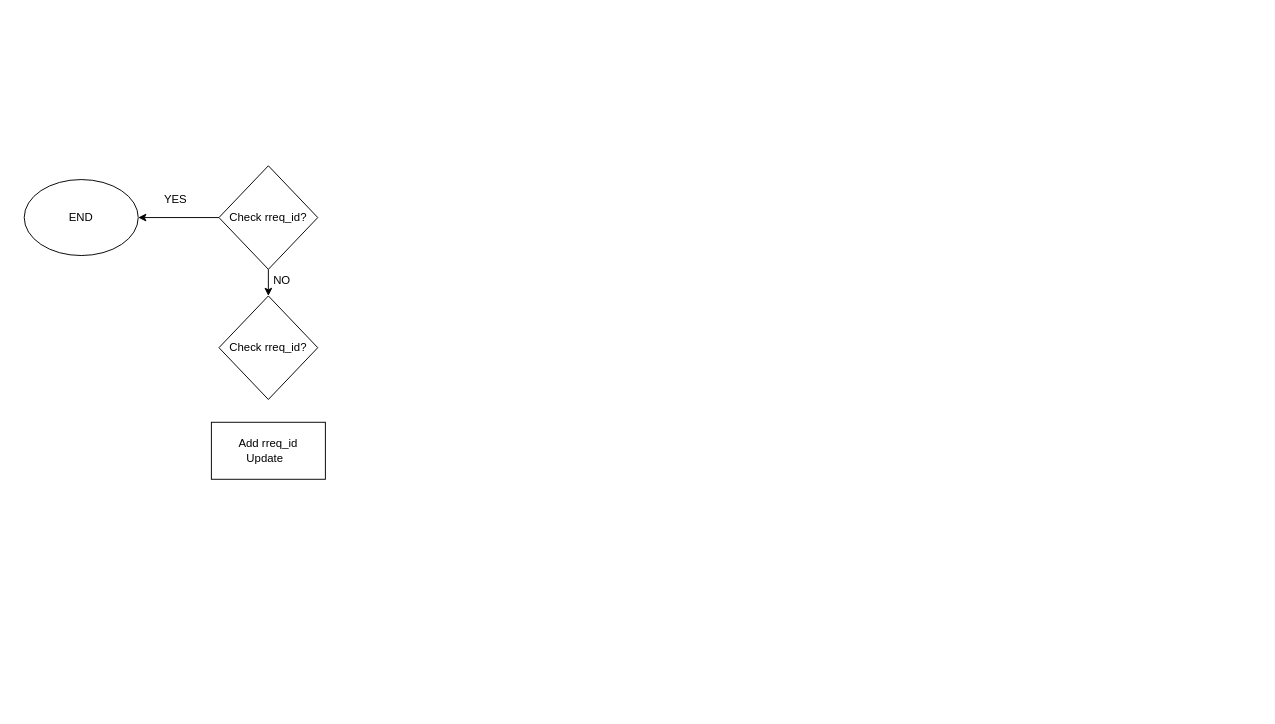
Earlier version of the draw.io diagram received_packet_handler.drawio (pvdat12/mesh_lora). Source tidied: cells renumbered, new cells numbered last; positions are measured from the earlier drawing's top-left corner, leaving out a move shared by most shapes. Both pictures are drawn from the tidied source at 95%, with x=0, y=0 at pixel (24, 165).
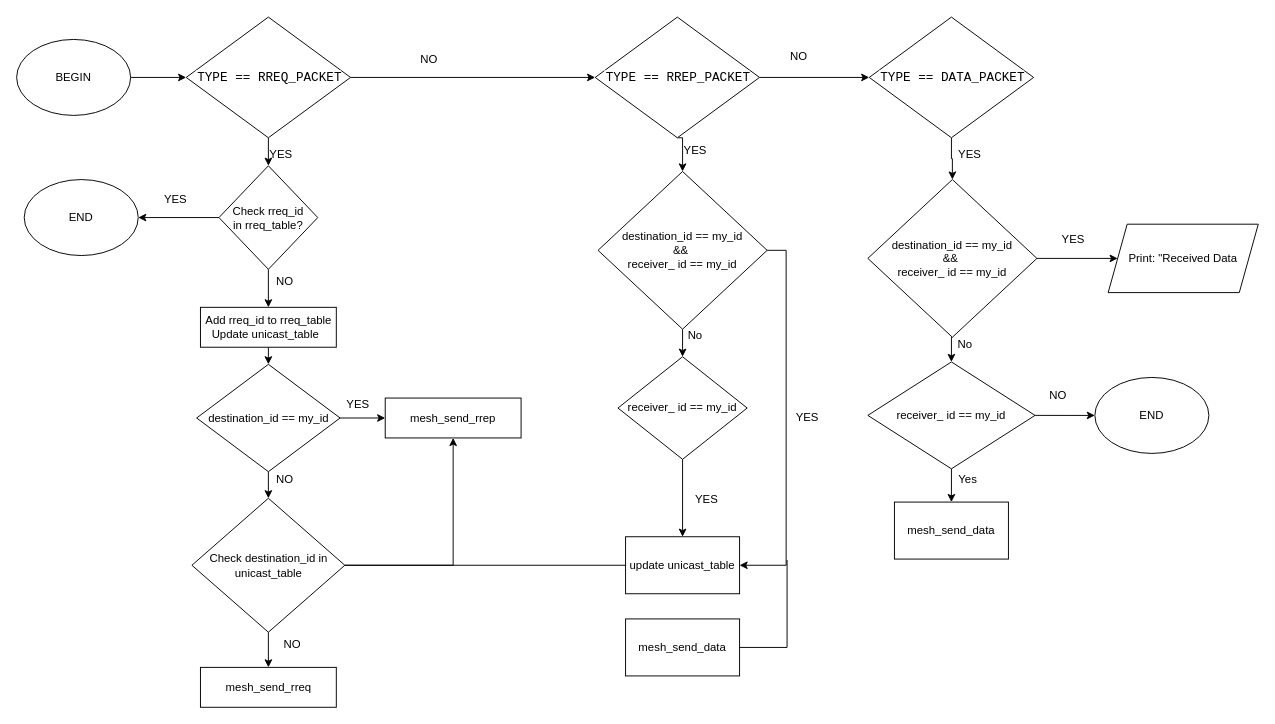
Above is the later version.

Commit message:
Cập nhật received_packet_handler.drawio

Change to the diagram source:
```diff
@@
-    <mxCell id="3" style="edgeStyle=orthogonalEdgeStyle;rounded=0;jettySize=auto;html=1;exitX=0.5;exitY=1;exitDx=0;exitDy=0;entryX=0.5;entryY=0;entryDx=0;entryDy=0;" parent="1" edge="1" source="4" target="5">
+    <mxCell id="3" style="edgeStyle=orthogonalEdgeStyle;rounded=0;jettySize=auto;html=1;exitX=0.5;exitY=1;exitDx=0;exitDy=0;entryX=0.5;entryY=0;entryDx=0;entryDy=0;" parent="1" edge="1" source="4" target="9">
       <mxGeometry relative="1" as="geometry" />
     </mxCell>
-    <mxCell id="4" value="Check rreq_id?" style="rhombus;whiteSpace=wrap;html=1;" parent="1" vertex="1">
+    <mxCell id="4" value="Check rreq_id&lt;div&gt;in rreq_table?&lt;/div&gt;" style="rhombus;whiteSpace=wrap;html=1;" parent="1" vertex="1">
       <mxGeometry x="205" width="104" height="109" as="geometry" />
     </mxCell>
-    <mxCell id="5" value="Check rreq_id?" style="rhombus;whiteSpace=wrap;html=1;" parent="1" vertex="1">
-      <mxGeometry x="205" y="137" width="104" height="109" as="geometry" />
-    </mxCell>
@@
     <mxCell id="8" value="NO" style="text;html=1;align=center;verticalAlign=middle;strokeColor=none;fillColor=none;" parent="1" vertex="1">
-      <mxGeometry x="253" y="108" width="36" height="26" as="geometry" />
+      <mxGeometry x="256" y="109" width="36" height="26" as="geometry" />
     </mxCell>
+    <mxCell id="10" style="edgeStyle=orthogonalEdgeStyle;rounded=0;jettySize=auto;html=1;exitX=0.5;exitY=1;exitDx=0;exitDy=0;entryX=0.5;entryY=0;entryDx=0;entryDy=0;" parent="1" edge="1" source="9" target="17">
+      <mxGeometry relative="1" as="geometry" />
+    </mxCell>
-    <mxCell id="9" value="Add rreq_id&lt;br&gt;Update&amp;nbsp;&amp;nbsp;" style="rounded=0;whiteSpace=wrap;html=1;" parent="1" vertex="1">
-      <mxGeometry x="197" y="270" width="120" height="60" as="geometry" />
+    <mxCell id="9" value="Add rreq_id to rreq_table&lt;br&gt;Update unicast_table&amp;nbsp;&amp;nbsp;" style="rounded=0;whiteSpace=wrap;html=1;" parent="1" vertex="1">
+      <mxGeometry x="185.5" y="149" width="143" height="42" as="geometry" />
     </mxCell>
+    <mxCell id="11" style="edgeStyle=orthogonalEdgeStyle;rounded=0;jettySize=auto;html=1;entryX=0.5;entryY=1;entryDx=0;entryDy=0;" parent="1" edge="1" source="13" target="18">
+      <mxGeometry relative="1" as="geometry" />
+    </mxCell>
+    <mxCell id="12" style="edgeStyle=orthogonalEdgeStyle;rounded=0;jettySize=auto;html=1;exitX=0.5;exitY=1;exitDx=0;exitDy=0;entryX=0.5;entryY=0;entryDx=0;entryDy=0;" parent="1" edge="1" source="13" target="22">
+      <mxGeometry relative="1" as="geometry" />
+    </mxCell>
+    <mxCell id="13" value="Check destination_id in unicast_table" style="rhombus;whiteSpace=wrap;html=1;" parent="1" vertex="1">
+      <mxGeometry x="176.5" y="350" width="161" height="141" as="geometry" />
+    </mxCell>
+    <mxCell id="14" style="edgeStyle=orthogonalEdgeStyle;rounded=0;jettySize=auto;html=1;exitX=1;exitY=0.5;exitDx=0;exitDy=0;" parent="1" edge="1" source="17">
+      <mxGeometry relative="1" as="geometry">
+        <mxPoint x="332.7" y="265.5" as="targetPoint" />
+      </mxGeometry>
+    </mxCell>
+    <mxCell id="15" style="edgeStyle=orthogonalEdgeStyle;rounded=0;jettySize=auto;html=1;exitX=1;exitY=0.5;exitDx=0;exitDy=0;entryX=0;entryY=0.5;entryDx=0;entryDy=0;" parent="1" edge="1" source="17" target="18">
+      <mxGeometry relative="1" as="geometry" />
+    </mxCell>
+    <mxCell id="16" style="edgeStyle=orthogonalEdgeStyle;rounded=0;jettySize=auto;html=1;exitX=0.5;exitY=1;exitDx=0;exitDy=0;entryX=0.5;entryY=0;entryDx=0;entryDy=0;" parent="1" edge="1" source="17" target="13">
+      <mxGeometry relative="1" as="geometry" />
+    </mxCell>
+    <mxCell id="17" value="destination_id == my_id" style="rhombus;whiteSpace=wrap;html=1;" parent="1" vertex="1">
+      <mxGeometry x="181.5" y="209" width="151" height="113" as="geometry" />
+    </mxCell>
+    <mxCell id="18" value="mesh_send_rrep" style="rounded=0;whiteSpace=wrap;html=1;" parent="1" vertex="1">
+      <mxGeometry x="380" y="244.5" width="143" height="42" as="geometry" />
+    </mxCell>
+    <mxCell id="19" value="YES" style="text;html=1;align=center;verticalAlign=middle;strokeColor=none;fillColor=none;" parent="1" vertex="1">
+      <mxGeometry x="330" y="238" width="42" height="26" as="geometry" />
+    </mxCell>
+    <mxCell id="20" value="NO" style="text;html=1;align=center;verticalAlign=middle;strokeColor=none;fillColor=none;" parent="1" vertex="1">
+      <mxGeometry x="256" y="317" width="36" height="26" as="geometry" />
+    </mxCell>
+    <mxCell id="21" value="NO" style="text;html=1;align=center;verticalAlign=middle;strokeColor=none;fillColor=none;" parent="1" vertex="1">
+      <mxGeometry x="264" y="491" width="36" height="26" as="geometry" />
+    </mxCell>
+    <mxCell id="22" value="mesh_send_rreq" style="rounded=0;whiteSpace=wrap;html=1;" parent="1" vertex="1">
+      <mxGeometry x="185.5" y="528" width="143" height="42" as="geometry" />
+    </mxCell>
+    <mxCell id="23" style="edgeStyle=orthogonalEdgeStyle;rounded=0;jettySize=auto;html=1;exitX=0.5;exitY=1;exitDx=0;exitDy=0;entryX=0.5;entryY=0;entryDx=0;entryDy=0;" parent="1" edge="1" source="25" target="28">
+      <mxGeometry relative="1" as="geometry" />
+    </mxCell>
+    <mxCell id="24" style="edgeStyle=orthogonalEdgeStyle;rounded=0;jettySize=auto;html=1;exitX=1;exitY=0.5;exitDx=0;exitDy=0;entryX=1;entryY=0.5;entryDx=0;entryDy=0;" parent="1" edge="1" source="25" target="26">
+      <mxGeometry relative="1" as="geometry" />
+    </mxCell>
+    <mxCell id="25" value="destination_id == my_id &lt;br&gt;&amp;amp;&amp;amp;&amp;nbsp;&lt;br&gt;receiver_ id == my_id" style="rhombus;whiteSpace=wrap;html=1;" parent="1" vertex="1">
+      <mxGeometry x="604" y="6" width="178" height="166" as="geometry" />
+    </mxCell>
+    <mxCell id="26" value="update unicast_table" style="rounded=0;whiteSpace=wrap;html=1;" parent="1" vertex="1">
+      <mxGeometry x="633" y="390.5" width="120" height="60" as="geometry" />
+    </mxCell>
+    <mxCell id="27" style="edgeStyle=orthogonalEdgeStyle;rounded=0;jettySize=auto;html=1;exitX=0.5;exitY=1;exitDx=0;exitDy=0;" parent="1" edge="1" source="28" target="26">
+      <mxGeometry relative="1" as="geometry" />
+    </mxCell>
+    <mxCell id="28" value="receiver_ id == my_id" style="rhombus;whiteSpace=wrap;html=1;" parent="1" vertex="1">
+      <mxGeometry x="625" y="201" width="136" height="108" as="geometry" />
+    </mxCell>
+    <mxCell id="29" value="No" style="text;html=1;align=center;verticalAlign=middle;strokeColor=none;fillColor=none;" parent="1" vertex="1">
+      <mxGeometry x="689" y="166" width="33" height="26" as="geometry" />
+    </mxCell>
+    <mxCell id="30" value="YES" style="text;html=1;align=center;verticalAlign=middle;strokeColor=none;fillColor=none;" parent="1" vertex="1">
+      <mxGeometry x="697" y="338" width="42" height="26" as="geometry" />
+    </mxCell>
+    <mxCell id="31" value="YES" style="text;html=1;align=center;verticalAlign=middle;strokeColor=none;fillColor=none;" parent="1" vertex="1">
+      <mxGeometry x="803" y="252" width="42" height="26" as="geometry" />
+    </mxCell>
+    <mxCell id="32" style="edgeStyle=orthogonalEdgeStyle;rounded=0;jettySize=auto;html=1;exitX=0.5;exitY=1;exitDx=0;exitDy=0;entryX=0.5;entryY=0;entryDx=0;entryDy=0;" parent="1" edge="1" source="34" target="37">
+      <mxGeometry relative="1" as="geometry" />
+    </mxCell>
+    <mxCell id="33" style="edgeStyle=orthogonalEdgeStyle;rounded=0;jettySize=auto;html=1;exitX=1;exitY=0.5;exitDx=0;exitDy=0;entryX=0;entryY=0.5;entryDx=0;entryDy=0;" parent="1" edge="1" source="34" target="43">
+      <mxGeometry relative="1" as="geometry" />
+    </mxCell>
+    <mxCell id="34" value="destination_id == my_id &lt;br&gt;&amp;amp;&amp;amp;&amp;nbsp;&lt;br&gt;receiver_ id == my_id" style="rhombus;whiteSpace=wrap;html=1;" parent="1" vertex="1">
+      <mxGeometry x="888" y="14.5" width="178" height="166" as="geometry" />
+    </mxCell>
+    <mxCell id="35" style="edgeStyle=orthogonalEdgeStyle;rounded=0;jettySize=auto;html=1;exitX=0.5;exitY=1;exitDx=0;exitDy=0;entryX=0.5;entryY=0;entryDx=0;entryDy=0;" parent="1" edge="1" source="37" target="44">
+      <mxGeometry relative="1" as="geometry" />
+    </mxCell>
+    <mxCell id="36" style="edgeStyle=orthogonalEdgeStyle;rounded=0;jettySize=auto;html=1;exitX=1;exitY=0.5;exitDx=0;exitDy=0;entryX=0;entryY=0.5;entryDx=0;entryDy=0;" parent="1" edge="1" source="37" target="46">
+      <mxGeometry relative="1" as="geometry" />
+    </mxCell>
+    <mxCell id="37" value="receiver_ id == my_id" style="rhombus;whiteSpace=wrap;html=1;" parent="1" vertex="1">
+      <mxGeometry x="888" y="206.5" width="176" height="112.5" as="geometry" />
+    </mxCell>
+    <mxCell id="38" value="No" style="text;html=1;align=center;verticalAlign=middle;strokeColor=none;fillColor=none;" parent="1" vertex="1">
+      <mxGeometry x="973" y="174.5" width="33" height="26" as="geometry" />
+    </mxCell>
+    <mxCell id="39" value="YES" style="text;html=1;align=center;verticalAlign=middle;strokeColor=none;fillColor=none;" parent="1" vertex="1">
+      <mxGeometry x="1083" y="65" width="42" height="26" as="geometry" />
+    </mxCell>
+    <mxCell id="40" style="endArrow=none;html=1;rounded=0;entryX=0;entryY=0.5;entryDx=0;entryDy=0;exitX=1;exitY=0.5;exitDx=0;exitDy=0;" parent="1" edge="1" source="13" target="26">
+      <mxGeometry relative="1" as="geometry" />
+    </mxCell>
+    <mxCell id="41" value="mesh_send_data" style="rounded=0;whiteSpace=wrap;html=1;" parent="1" vertex="1">
+      <mxGeometry x="633" y="477" width="120" height="60" as="geometry" />
+    </mxCell>
+    <mxCell id="42" style="endArrow=none;html=1;rounded=0;exitX=1;exitY=0.5;exitDx=0;exitDy=0;" parent="1" edge="1" source="41">
+      <mxGeometry relative="1" as="geometry">
+        <mxPoint x="803" y="415" as="targetPoint" />
+        <Array as="points">
+          <mxPoint x="803" y="507" />
+        </Array>
+      </mxGeometry>
+    </mxCell>
+    <mxCell id="43" value="Print: &quot;Received Data" style="shape=parallelogram;perimeter=parallelogramPerimeter;whiteSpace=wrap;html=1;fixedSize=1;" parent="1" vertex="1">
+      <mxGeometry x="1141" y="61.5" width="158" height="72" as="geometry" />
+    </mxCell>
+    <mxCell id="44" value="mesh_send_data" style="rounded=0;whiteSpace=wrap;html=1;" parent="1" vertex="1">
+      <mxGeometry x="916" y="354" width="120" height="60" as="geometry" />
+    </mxCell>
+    <mxCell id="45" value="Yes" style="text;html=1;align=center;verticalAlign=middle;strokeColor=none;fillColor=none;" parent="1" vertex="1">
+      <mxGeometry x="974" y="317" width="38" height="26" as="geometry" />
+    </mxCell>
+    <mxCell id="46" value="END" style="ellipse;whiteSpace=wrap;html=1;" parent="1" vertex="1">
+      <mxGeometry x="1127" y="222.8" width="120" height="80" as="geometry" />
+    </mxCell>
+    <mxCell id="47" value="NO" style="text;html=1;align=center;verticalAlign=middle;strokeColor=none;fillColor=none;" parent="1" vertex="1">
+      <mxGeometry x="1070" y="229" width="36" height="26" as="geometry" />
+    </mxCell>
+    <mxCell id="48" style="edgeStyle=orthogonalEdgeStyle;rounded=0;jettySize=auto;html=1;exitX=1;exitY=0.5;exitDx=0;exitDy=0;entryX=0;entryY=0.5;entryDx=0;entryDy=0;" parent="1" edge="1" source="49" target="52">
+      <mxGeometry relative="1" as="geometry" />
+    </mxCell>
+    <mxCell id="49" value="BEGIN" style="ellipse;whiteSpace=wrap;html=1;" parent="1" vertex="1">
+      <mxGeometry x="-8" y="-133" width="120" height="80" as="geometry" />
+    </mxCell>
+    <mxCell id="50" style="edgeStyle=orthogonalEdgeStyle;rounded=0;jettySize=auto;html=1;exitX=0.5;exitY=1;exitDx=0;exitDy=0;entryX=0.5;entryY=0;entryDx=0;entryDy=0;" parent="1" edge="1" source="52" target="4">
+      <mxGeometry relative="1" as="geometry" />
+    </mxCell>
+    <mxCell id="51" style="edgeStyle=orthogonalEdgeStyle;rounded=0;jettySize=auto;html=1;exitX=1;exitY=0.5;exitDx=0;exitDy=0;entryX=0;entryY=0.5;entryDx=0;entryDy=0;" parent="1" edge="1" source="52" target="57">
+      <mxGeometry relative="1" as="geometry" />
+    </mxCell>
+    <mxCell id="52" value="&lt;span style=&quot;background-color:#ffffff;padding:0px 0px 0px 2px;&quot;&gt;&lt;span style=&quot;font-family: Consolas; font-size: 10pt; white-space: pre;&quot;&gt;TYPE == RREQ_PACKET&lt;/span&gt;&lt;/span&gt;" style="rhombus;whiteSpace=wrap;html=1;" parent="1" vertex="1">
+      <mxGeometry x="170.5" y="-156.5" width="173" height="127" as="geometry" />
+    </mxCell>
+    <mxCell id="53" style="edgeStyle=orthogonalEdgeStyle;rounded=0;jettySize=auto;html=1;exitX=0.5;exitY=1;exitDx=0;exitDy=0;" parent="1" edge="1" source="54" target="34">
+      <mxGeometry relative="1" as="geometry" />
+    </mxCell>
+    <mxCell id="54" value="&lt;span style=&quot;background-color: rgb(255, 255, 255); padding: 0px 0px 0px 2px;&quot;&gt;&lt;span style=&quot;font-family: Consolas; font-size: 10pt; white-space: pre;&quot;&gt;TYPE == DATA_PACKET&lt;/span&gt;&lt;/span&gt;" style="rhombus;whiteSpace=wrap;html=1;" parent="1" vertex="1">
+      <mxGeometry x="889.5" y="-156.5" width="173" height="127" as="geometry" />
+    </mxCell>
+    <mxCell id="55" style="edgeStyle=orthogonalEdgeStyle;rounded=0;jettySize=auto;html=1;exitX=0.5;exitY=1;exitDx=0;exitDy=0;entryX=0.5;entryY=0;entryDx=0;entryDy=0;" parent="1" edge="1" source="57" target="25">
+      <mxGeometry relative="1" as="geometry" />
+    </mxCell>
+    <mxCell id="56" style="edgeStyle=orthogonalEdgeStyle;rounded=0;jettySize=auto;html=1;exitX=1;exitY=0.5;exitDx=0;exitDy=0;entryX=0;entryY=0.5;entryDx=0;entryDy=0;" parent="1" edge="1" source="57" target="54">
+      <mxGeometry relative="1" as="geometry" />
+    </mxCell>
+    <mxCell id="57" value="&lt;span style=&quot;background-color: rgb(255, 255, 255); padding: 0px 0px 0px 2px;&quot;&gt;&lt;span style=&quot;font-family: Consolas; font-size: 10pt; white-space: pre;&quot;&gt;TYPE == RREP_PACKET&lt;/span&gt;&lt;/span&gt;" style="rhombus;whiteSpace=wrap;html=1;" parent="1" vertex="1">
+      <mxGeometry x="601" y="-156.5" width="173" height="127" as="geometry" />
+    </mxCell>
+    <mxCell id="58" value="NO" style="text;html=1;align=center;verticalAlign=middle;strokeColor=none;fillColor=none;" parent="1" vertex="1">
+      <mxGeometry x="408" y="-125" width="36" height="26" as="geometry" />
+    </mxCell>
+    <mxCell id="59" value="NO" style="text;html=1;align=center;verticalAlign=middle;strokeColor=none;fillColor=none;" parent="1" vertex="1">
+      <mxGeometry x="797" y="-128" width="36" height="26" as="geometry" />
+    </mxCell>
+    <mxCell id="60" value="YES" style="text;html=1;align=center;verticalAlign=middle;strokeColor=none;fillColor=none;" parent="1" vertex="1">
+      <mxGeometry x="249" y="-25" width="42" height="26" as="geometry" />
+    </mxCell>
+    <mxCell id="61" value="YES" style="text;html=1;align=center;verticalAlign=middle;strokeColor=none;fillColor=none;" parent="1" vertex="1">
+      <mxGeometry x="685" y="-29" width="42" height="26" as="geometry" />
+    </mxCell>
+    <mxCell id="62" value="YES" style="text;html=1;align=center;verticalAlign=middle;strokeColor=none;fillColor=none;" parent="1" vertex="1">
+      <mxGeometry x="974" y="-25" width="42" height="26" as="geometry" />
+    </mxCell>
```
